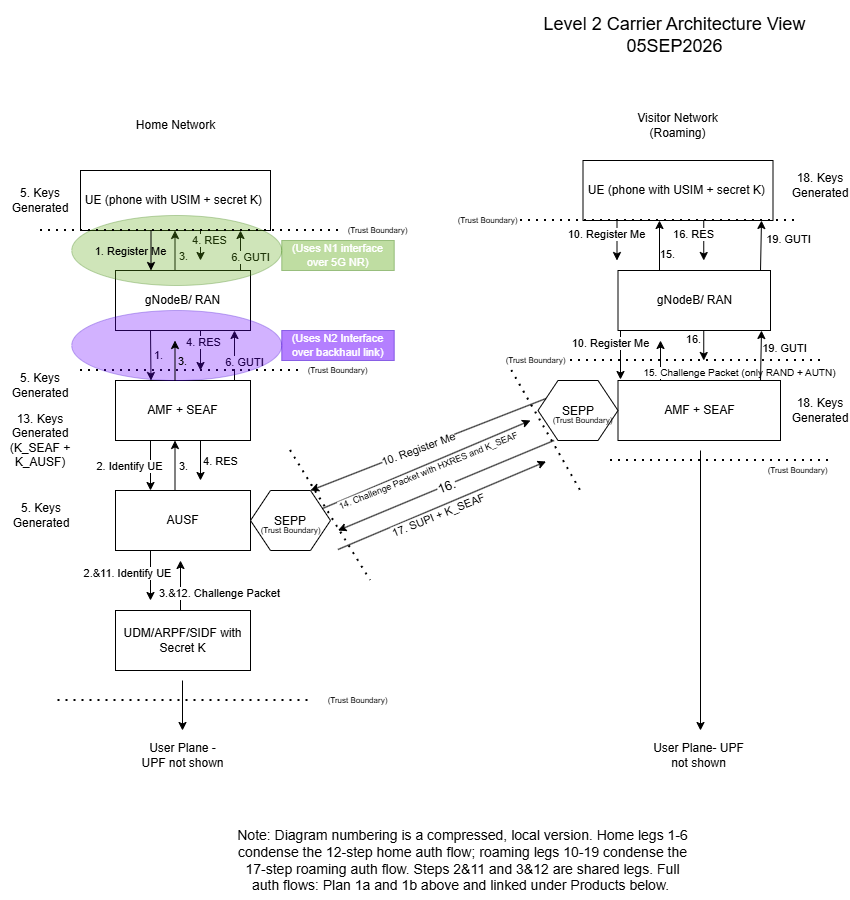
Before: Missions/Mission 01/M1 Execution Docs/Phase 1/Segment 1.2/Level 2 Diagram.png, a diagram exported from draw.io (Sully-code/Security_Plus_Systems_Project). Source tidied: cells renumbered, new cells last; positions are measured from the earlier drawing's top-left corner, leaving out a move shared by most shapes.
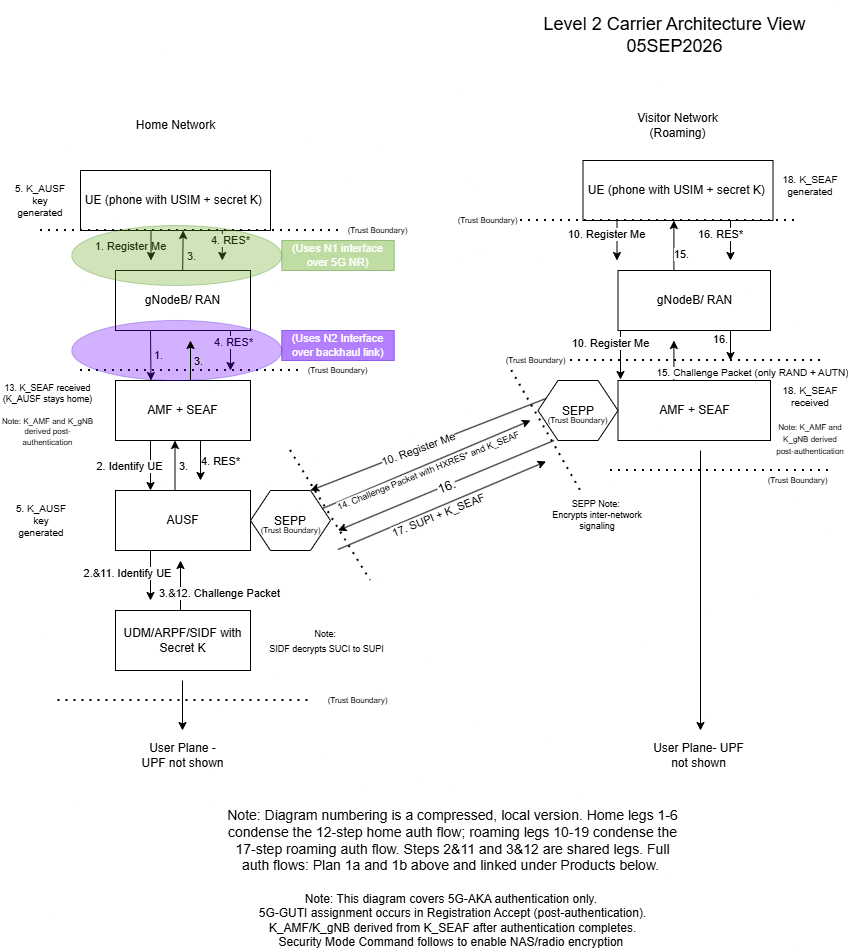
After the commit.

Commit message:
Clarifying notes added; terms corrected

The edit, as a diff of the source:
```diff
@@ -30,7 +30,7 @@
       <mxGeometry x="617.5" y="270" width="152.5" height="60" as="geometry" />
     </mxCell>
     <mxCell id="11" value="AMF + SEAF" style="rounded=0;whiteSpace=wrap;html=1;" parent="1" vertex="1">
-      <mxGeometry x="617.5" y="380" width="162.5" height="60" as="geometry" />
+      <mxGeometry x="617.5" y="380" width="152.5" height="60" as="geometry" />
     </mxCell>
     <mxCell id="12" value="SEPP&lt;div&gt;&lt;br&gt;&lt;/div&gt;" style="shape=hexagon;perimeter=hexagonPerimeter2;whiteSpace=wrap;html=1;shapeInside=1;fixedSize=1;" parent="1" vertex="1">
       <mxGeometry x="250" y="490" width="80" height="60" as="geometry" />
@@ -93,35 +93,24 @@
         <mxPoint x="8" as="offset" />
       </mxGeometry>
     </mxCell>
-    <mxCell id="24" style="endArrow=classic;html=1;rounded=0;" parent="1" edge="1">
-      <mxGeometry relative="1" as="geometry">
-        <mxPoint x="174.5" y="270" as="sourcePoint" />
-        <mxPoint x="174.5" y="230" as="targetPoint" />
-      </mxGeometry>
-    </mxCell>
-    <mxCell id="25" value="3." style="edgeLabel;html=1;align=center;verticalAlign=middle;" parent="24" vertex="1">
-      <mxGeometry relative="1" as="geometry">
-        <mxPoint x="8" y="5" as="offset" />
-      </mxGeometry>
-    </mxCell>
     <mxCell id="26" style="endArrow=classic;html=1;rounded=0;" parent="1" edge="1">
       <mxGeometry relative="1" as="geometry">
-        <mxPoint x="200" y="230" as="sourcePoint" />
-        <mxPoint x="200" y="260" as="targetPoint" />
+        <mxPoint x="221.8" y="230" as="sourcePoint" />
+        <mxPoint x="221.8" y="260" as="targetPoint" />
       </mxGeometry>
     </mxCell>
-    <mxCell id="27" value="4. RES" style="edgeLabel;html=1;align=center;verticalAlign=middle;" parent="26" vertex="1">
+    <mxCell id="27" value="4. RES*" style="edgeLabel;html=1;align=center;verticalAlign=middle;" parent="26" vertex="1">
       <mxGeometry relative="1" as="geometry">
         <mxPoint x="8" y="-6" as="offset" />
       </mxGeometry>
     </mxCell>
     <mxCell id="28" style="endArrow=classic;html=1;rounded=0;" parent="1" edge="1">
       <mxGeometry relative="1" as="geometry">
-        <mxPoint x="200" y="330" as="sourcePoint" />
-        <mxPoint x="200" y="370" as="targetPoint" />
+        <mxPoint x="230" y="330" as="sourcePoint" />
+        <mxPoint x="230" y="370" as="targetPoint" />
       </mxGeometry>
     </mxCell>
-    <mxCell id="29" value="4. RES" style="edgeLabel;html=1;align=center;verticalAlign=middle;" parent="28" vertex="1">
+    <mxCell id="29" value="4. RES*" style="edgeLabel;html=1;align=center;verticalAlign=middle;" parent="28" vertex="1">
       <mxGeometry relative="1" as="geometry">
         <mxPoint x="2" y="-9" as="offset" />
       </mxGeometry>
@@ -132,42 +121,17 @@
         <mxPoint x="200" y="480" as="targetPoint" />
       </mxGeometry>
     </mxCell>
-    <mxCell id="31" value="4. RES" style="edgeLabel;html=1;align=center;verticalAlign=middle;" parent="30" vertex="1">
+    <mxCell id="31" value="4. RES*" style="edgeLabel;html=1;align=center;verticalAlign=middle;" parent="30" vertex="1">
       <mxGeometry relative="1" as="geometry">
         <mxPoint x="19" as="offset" />
       </mxGeometry>
     </mxCell>
-    <mxCell id="32" value="5. Keys Generated" style="text;html=1;whiteSpace=wrap;strokeColor=none;fillColor=none;align=center;verticalAlign=middle;rounded=0;" parent="1" vertex="1">
-      <mxGeometry x="11.2" y="500" width="60" height="30" as="geometry" />
+    <mxCell id="32" value="5. K_AUSF key generated" style="text;html=1;whiteSpace=wrap;strokeColor=none;fillColor=none;align=center;verticalAlign=middle;rounded=0;fontSize=10;" parent="1" vertex="1">
+      <mxGeometry x="11.2" y="505" width="60" height="30" as="geometry" />
     </mxCell>
-    <mxCell id="33" value="5. Keys Generated" style="text;html=1;whiteSpace=wrap;strokeColor=none;fillColor=none;align=center;verticalAlign=middle;rounded=0;" parent="1" vertex="1">
-      <mxGeometry x="10" y="370" width="60" height="30" as="geometry" />
-    </mxCell>
-    <mxCell id="34" value="5. Keys Generated" style="text;html=1;whiteSpace=wrap;strokeColor=none;fillColor=none;align=center;verticalAlign=middle;rounded=0;" parent="1" vertex="1">
+    <mxCell id="34" value="5. K_AUSF key generated" style="text;html=1;whiteSpace=wrap;strokeColor=none;fillColor=none;align=center;verticalAlign=middle;rounded=0;fontSize=10;" parent="1" vertex="1">
       <mxGeometry x="10" y="185" width="60" height="30" as="geometry" />
     </mxCell>
-    <mxCell id="35" style="endArrow=classic;html=1;rounded=0;" parent="1" edge="1">
-      <mxGeometry relative="1" as="geometry">
-        <mxPoint x="234" y="380" as="sourcePoint" />
-        <mxPoint x="234" y="330" as="targetPoint" />
-      </mxGeometry>
-    </mxCell>
-    <mxCell id="36" value="6. GUTI" style="edgeLabel;html=1;align=center;verticalAlign=middle;" parent="35" vertex="1">
-      <mxGeometry relative="1" as="geometry">
-        <mxPoint x="9" y="6" as="offset" />
-      </mxGeometry>
-    </mxCell>
-    <mxCell id="37" style="endArrow=classic;html=1;rounded=0;" parent="1" edge="1">
-      <mxGeometry relative="1" as="geometry">
-        <mxPoint x="240" y="270" as="sourcePoint" />
-        <mxPoint x="240" y="230" as="targetPoint" />
-      </mxGeometry>
-    </mxCell>
-    <mxCell id="38" value="6. GUTI" style="edgeLabel;html=1;align=center;verticalAlign=middle;" parent="37" vertex="1">
-      <mxGeometry relative="1" as="geometry">
-        <mxPoint x="9" y="6" as="offset" />
-      </mxGeometry>
-    </mxCell>
     <mxCell id="39" style="endArrow=classic;html=1;rounded=0;" parent="1" edge="1">
       <mxGeometry relative="1" as="geometry">
         <mxPoint x="616.5" y="220" as="sourcePoint" />
@@ -194,7 +158,7 @@
       <mxGeometry x="537.5" y="380" width="80" height="60" as="geometry" />
     </mxCell>
     <mxCell id="44" value="(Trust Boundary)" style="text;html=1;whiteSpace=wrap;strokeColor=none;fillColor=none;align=center;verticalAlign=middle;rounded=0;fontSize=8;" parent="1" vertex="1">
-      <mxGeometry x="535" y="410" width="95" height="20" as="geometry" />
+      <mxGeometry x="530" y="410" width="95" height="20" as="geometry" />
     </mxCell>
     <mxCell id="45" style="endArrow=classic;html=1;rounded=0;exitX=0;exitY=0.25;exitDx=0;exitDy=0;" parent="1" edge="1" source="43">
       <mxGeometry relative="1" as="geometry">
@@ -211,15 +175,15 @@
         <mxPoint x="530" y="420" as="targetPoint" />
       </mxGeometry>
     </mxCell>
-    <mxCell id="48" value="14. Challenge Packet with HXRES and K_SEAF" style="edgeLabel;html=1;align=center;verticalAlign=middle;rotation=338;fontSize=9;" parent="47" vertex="1">
+    <mxCell id="48" value="14. Challenge Packet with HXRES* and K_SEAF" style="edgeLabel;html=1;align=center;verticalAlign=middle;rotation=338;fontSize=9;" parent="47" vertex="1">
       <mxGeometry relative="1" as="geometry">
         <mxPoint x="1" y="7" as="offset" />
       </mxGeometry>
     </mxCell>
     <mxCell id="49" style="endArrow=classic;html=1;rounded=0;exitX=0.342;exitY=0.017;exitDx=0;exitDy=0;exitPerimeter=0;" parent="1" edge="1">
       <mxGeometry relative="1" as="geometry">
-        <mxPoint x="660" y="380" as="sourcePoint" />
-        <mxPoint x="660" y="340" as="targetPoint" />
+        <mxPoint x="673.4" y="380" as="sourcePoint" />
+        <mxPoint x="673.4" y="340" as="targetPoint" />
       </mxGeometry>
     </mxCell>
     <mxCell id="50" value="15. Challenge Packet (only RAND + AUTN)" style="edgeLabel;html=1;align=center;verticalAlign=middle;fontSize=10;" parent="49" vertex="1">
@@ -229,8 +193,8 @@
     </mxCell>
     <mxCell id="51" style="endArrow=classic;html=1;rounded=0;" parent="1" edge="1">
       <mxGeometry relative="1" as="geometry">
-        <mxPoint x="659" y="270" as="sourcePoint" />
-        <mxPoint x="659" y="220" as="targetPoint" />
+        <mxPoint x="673.4" y="270" as="sourcePoint" />
+        <mxPoint x="673.4" y="220" as="targetPoint" />
       </mxGeometry>
     </mxCell>
     <mxCell id="52" value="3." style="edgeLabel;html=1;align=center;verticalAlign=middle;" parent="51" vertex="1">
@@ -243,19 +207,19 @@
     </mxCell>
     <mxCell id="54" style="endArrow=classic;html=1;rounded=0;" parent="1" edge="1">
       <mxGeometry relative="1" as="geometry">
-        <mxPoint x="703.2" y="220" as="sourcePoint" />
-        <mxPoint x="703.2" y="260" as="targetPoint" />
+        <mxPoint x="730" y="220" as="sourcePoint" />
+        <mxPoint x="730" y="260" as="targetPoint" />
       </mxGeometry>
     </mxCell>
-    <mxCell id="55" value="16. RES" style="edgeLabel;html=1;align=center;verticalAlign=middle;" parent="54" vertex="1">
+    <mxCell id="55" value="16. RES*" style="edgeLabel;html=1;align=center;verticalAlign=middle;" parent="54" vertex="1">
       <mxGeometry relative="1" as="geometry">
         <mxPoint x="-11" y="-7" as="offset" />
       </mxGeometry>
     </mxCell>
     <mxCell id="56" style="endArrow=classic;html=1;rounded=0;" parent="1" edge="1">
       <mxGeometry relative="1" as="geometry">
-        <mxPoint x="703.2" y="330" as="sourcePoint" />
-        <mxPoint x="703.2" y="360" as="targetPoint" />
+        <mxPoint x="730" y="330" as="sourcePoint" />
+        <mxPoint x="730" y="360" as="targetPoint" />
       </mxGeometry>
     </mxCell>
     <mxCell id="57" value="16." style="edgeLabel;html=1;align=center;verticalAlign=middle;" parent="56" vertex="1">
@@ -274,8 +238,8 @@
         <mxPoint y="1" as="offset" />
       </mxGeometry>
     </mxCell>
-    <mxCell id="60" value="13. Keys Generated (K_SEAF + K_AUSF)" style="text;html=1;whiteSpace=wrap;strokeColor=none;fillColor=none;align=center;verticalAlign=middle;rounded=0;" parent="1" vertex="1">
-      <mxGeometry y="420" width="80" height="40" as="geometry" />
+    <mxCell id="60" value="13. K_SEAF received (K_AUSF stays home)&lt;div&gt;&lt;br&gt;&lt;div&gt;&lt;font style=&quot;font-size: 8px;&quot;&gt;Note: K_AMF and K_gNB derived post-authentication&lt;/font&gt;&lt;/div&gt;&lt;/div&gt;" style="text;html=1;whiteSpace=wrap;strokeColor=none;fillColor=none;align=center;verticalAlign=middle;rounded=0;fontSize=9;" parent="1" vertex="1">
+      <mxGeometry y="400" width="95" height="30" as="geometry" />
     </mxCell>
     <mxCell id="61" style="endArrow=classic;html=1;rounded=0;exitX=1;exitY=0.25;exitDx=0;exitDy=0;" parent="1" edge="1">
       <mxGeometry relative="1" as="geometry">
@@ -288,34 +252,12 @@
         <mxPoint x="-4" y="10" as="offset" />
       </mxGeometry>
     </mxCell>
-    <mxCell id="63" value="18. Keys Generated" style="text;html=1;whiteSpace=wrap;strokeColor=none;fillColor=none;align=center;verticalAlign=middle;rounded=0;" parent="1" vertex="1">
-      <mxGeometry x="790" y="170" width="60" height="30" as="geometry" />
+    <mxCell id="63" value="18. K_SEAF generated" style="text;html=1;whiteSpace=wrap;strokeColor=none;fillColor=none;align=center;verticalAlign=middle;rounded=0;fontSize=10;" parent="1" vertex="1">
+      <mxGeometry x="780" y="170" width="60" height="30" as="geometry" />
     </mxCell>
-    <mxCell id="64" value="18. Keys Generated" style="text;html=1;whiteSpace=wrap;strokeColor=none;fillColor=none;align=center;verticalAlign=middle;rounded=0;" parent="1" vertex="1">
-      <mxGeometry x="790" y="395" width="60" height="30" as="geometry" />
+    <mxCell id="64" value="18. K_SEAF received&lt;div&gt;&lt;br&gt;&lt;/div&gt;&lt;div&gt;&lt;font style=&quot;font-size: 8px;&quot;&gt;Note: K_AMF and K_gNB derived post-authentication&lt;/font&gt;&lt;/div&gt;" style="text;html=1;whiteSpace=wrap;strokeColor=none;fillColor=none;align=center;verticalAlign=middle;rounded=0;fontSize=10;" parent="1" vertex="1">
+      <mxGeometry x="775" y="405" width="70" height="30" as="geometry" />
     </mxCell>
-    <mxCell id="65" style="endArrow=classic;html=1;rounded=0;exitX=0.342;exitY=0.017;exitDx=0;exitDy=0;exitPerimeter=0;entryX=1;entryY=1;entryDx=0;entryDy=0;" parent="1" edge="1">
-      <mxGeometry relative="1" as="geometry">
-        <mxPoint x="760" y="380" as="sourcePoint" />
-        <mxPoint x="761" y="330" as="targetPoint" />
-      </mxGeometry>
-    </mxCell>
-    <mxCell id="66" value="19. GUTI" style="edgeLabel;html=1;align=center;verticalAlign=middle;" parent="65" vertex="1">
-      <mxGeometry relative="1" as="geometry">
-        <mxPoint x="23" y="-8" as="offset" />
-      </mxGeometry>
-    </mxCell>
-    <mxCell id="67" style="endArrow=classic;html=1;rounded=0;exitX=0.342;exitY=0.017;exitDx=0;exitDy=0;exitPerimeter=0;entryX=1;entryY=1;entryDx=0;entryDy=0;" parent="1" edge="1">
-      <mxGeometry relative="1" as="geometry">
-        <mxPoint x="760" y="270" as="sourcePoint" />
-        <mxPoint x="761" y="220" as="targetPoint" />
-      </mxGeometry>
-    </mxCell>
-    <mxCell id="68" value="19. GUTI" style="edgeLabel;html=1;align=center;verticalAlign=middle;" parent="67" vertex="1">
-      <mxGeometry relative="1" as="geometry">
-        <mxPoint x="27" y="-7" as="offset" />
-      </mxGeometry>
-    </mxCell>
     <mxCell id="69" style="endArrow=none;dashed=1;html=1;dashPattern=1 3;strokeWidth=2;rounded=0;exitX=0.25;exitY=1;exitDx=0;exitDy=0;" parent="1" edge="1" source="74">
       <mxGeometry relative="1" as="geometry">
         <mxPoint x="580" y="490" as="targetPoint" />
@@ -339,36 +281,22 @@
         <mxPoint x="820" y="360" as="targetPoint" />
       </mxGeometry>
     </mxCell>
-    <mxCell id="73" style="ellipse;whiteSpace=wrap;html=1;shapeInside=1;labelBackgroundColor=none;textOpacity=5;labelBorderColor=none;fillColor=#60a917;fontColor=light-dark(#FFFFFF,#FFFFFF);strokeColor=#2D7600;opacity=30;" parent="1" vertex="1">
-      <mxGeometry x="71.2" y="215" width="210" height="70" as="geometry" />
-    </mxCell>
     <mxCell id="74" value="(Trust Boundary)" style="text;html=1;whiteSpace=wrap;strokeColor=none;fillColor=none;align=center;verticalAlign=middle;rounded=0;fontSize=8;" parent="1" vertex="1">
       <mxGeometry x="487.5" y="350" width="95" height="20" as="geometry" />
     </mxCell>
     <mxCell id="75" value="(Trust Boundary)" style="text;html=1;whiteSpace=wrap;strokeColor=none;fillColor=none;align=center;verticalAlign=middle;rounded=0;fontSize=8;" parent="1" vertex="1">
       <mxGeometry x="290" y="360" width="95" height="20" as="geometry" />
     </mxCell>
-    <mxCell id="76" style="endArrow=classic;html=1;rounded=0;" parent="1" edge="1">
-      <mxGeometry relative="1" as="geometry">
-        <mxPoint x="150.5" y="230" as="sourcePoint" />
-        <mxPoint x="150.5" y="270" as="targetPoint" />
-      </mxGeometry>
-    </mxCell>
-    <mxCell id="77" value="1. Register Me" style="edgeLabel;html=1;align=center;verticalAlign=middle;labelBackgroundColor=none;" parent="76" vertex="1">
-      <mxGeometry relative="1" as="geometry">
-        <mxPoint x="-21" as="offset" />
-      </mxGeometry>
-    </mxCell>
     <mxCell id="78" style="ellipse;whiteSpace=wrap;html=1;shapeInside=1;labelBackgroundColor=none;textOpacity=5;labelBorderColor=none;fillColor=#6a00ff;fontColor=#ffffff;strokeColor=#3700CC;opacity=30;" parent="1" vertex="1">
-      <mxGeometry x="71.2" y="310" width="210" height="70" as="geometry" />
+      <mxGeometry x="71.2" y="320" width="210" height="60" as="geometry" />
     </mxCell>
     <mxCell id="79" value="(Uses N1 interface over 5G NR)" style="text;html=1;whiteSpace=wrap;strokeColor=#2D7600;fillColor=#60a917;align=center;verticalAlign=middle;rounded=0;fontSize=11;fontColor=light-dark(#FFFFFF,#FFFFFF);opacity=40;" parent="1" vertex="1">
       <mxGeometry x="281.2" y="240" width="112.5" height="30" as="geometry" />
     </mxCell>
     <mxCell id="80" style="endArrow=classic;html=1;rounded=0;" parent="1" edge="1">
       <mxGeometry relative="1" as="geometry">
-        <mxPoint x="174.5" y="380" as="sourcePoint" />
-        <mxPoint x="174.5" y="340" as="targetPoint" />
+        <mxPoint x="190" y="380" as="sourcePoint" />
+        <mxPoint x="190" y="340" as="targetPoint" />
       </mxGeometry>
     </mxCell>
     <mxCell id="81" value="3." style="edgeLabel;html=1;align=center;verticalAlign=middle;labelBackgroundColor=none;" parent="80" vertex="1">
@@ -420,24 +348,58 @@
     </mxCell>
     <mxCell id="91" style="endArrow=none;dashed=1;html=1;dashPattern=1 3;strokeWidth=2;rounded=0;" parent="1" edge="1">
       <mxGeometry relative="1" as="geometry">
-        <mxPoint x="610" y="460" as="sourcePoint" />
-        <mxPoint x="830" y="460" as="targetPoint" />
+        <mxPoint x="610" y="470" as="sourcePoint" />
+        <mxPoint x="830" y="470" as="targetPoint" />
       </mxGeometry>
     </mxCell>
     <mxCell id="92" value="(Trust Boundary)" style="text;html=1;whiteSpace=wrap;strokeColor=none;fillColor=none;align=center;verticalAlign=middle;rounded=0;fontSize=8;" parent="1" vertex="1">
       <mxGeometry x="310" y="690" width="95" height="20" as="geometry" />
     </mxCell>
     <mxCell id="93" value="(Trust Boundary)" style="text;html=1;whiteSpace=wrap;strokeColor=none;fillColor=none;align=center;verticalAlign=middle;rounded=0;fontSize=8;" parent="1" vertex="1">
-      <mxGeometry x="750" y="460" width="95" height="20" as="geometry" />
+      <mxGeometry x="750" y="470" width="95" height="20" as="geometry" />
     </mxCell>
     <mxCell id="94" value="User Plane- UPF not shown" style="text;html=1;whiteSpace=wrap;strokeColor=none;fillColor=none;align=center;verticalAlign=middle;rounded=0;" parent="1" vertex="1">
       <mxGeometry x="651.2" y="740" width="95" height="30" as="geometry" />
     </mxCell>
     <mxCell id="95" value="Note: Diagram numbering is a compressed, local version. Home legs 1-6 condense the 12-step home auth flow; roaming legs 10-19 condense the 17-step roaming auth flow. Steps 2&amp;amp;11 and 3&amp;amp;12 are shared legs. Full auth flows: Plan 1a and 1b above and linked under Products below.&amp;nbsp;" style="text;html=1;whiteSpace=wrap;strokeColor=none;fillColor=none;align=center;verticalAlign=middle;rounded=0;fontSize=14;" parent="1" vertex="1">
-      <mxGeometry x="230" y="820" width="465" height="80" as="geometry" />
+      <mxGeometry x="220" y="800" width="465" height="80" as="geometry" />
     </mxCell>
     <mxCell id="96" value="&lt;font style=&quot;font-size: 18px;&quot;&gt;Level 2 Carrier Architecture View&lt;/font&gt;&lt;div&gt;&lt;font style=&quot;font-size: 18px;&quot;&gt;05SEP2026&lt;/font&gt;&lt;/div&gt;" style="text;html=1;whiteSpace=wrap;strokeColor=none;fillColor=none;align=center;verticalAlign=middle;rounded=0;" parent="1" vertex="1">
       <mxGeometry x="537.5" width="272.5" height="70" as="geometry" />
     </mxCell>
+    <mxCell id="97" style="endArrow=classic;html=1;rounded=0;entryX=0.5;entryY=1;entryDx=0;entryDy=0;" parent="1" edge="1">
+      <mxGeometry relative="1" as="geometry">
+        <mxPoint x="182.2" y="270" as="sourcePoint" />
+        <mxPoint x="182.7" y="230" as="targetPoint" />
+      </mxGeometry>
+    </mxCell>
+    <mxCell id="25" value="3." style="edgeLabel;html=1;align=center;verticalAlign=middle;" parent="97" vertex="1">
+      <mxGeometry relative="1" as="geometry">
+        <mxPoint x="8" y="5" as="offset" />
+      </mxGeometry>
+    </mxCell>
+    <mxCell id="98" style="endArrow=classic;html=1;rounded=0;" parent="1" edge="1">
+      <mxGeometry relative="1" as="geometry">
+        <mxPoint x="150.5" y="230" as="sourcePoint" />
+        <mxPoint x="150.5" y="260" as="targetPoint" />
+      </mxGeometry>
+    </mxCell>
+    <mxCell id="77" value="1. Register Me" style="edgeLabel;html=1;align=center;verticalAlign=middle;labelBackgroundColor=none;" parent="98" vertex="1">
+      <mxGeometry relative="1" as="geometry">
+        <mxPoint x="-21" as="offset" />
+      </mxGeometry>
+    </mxCell>
+    <mxCell id="73" style="ellipse;whiteSpace=wrap;html=1;shapeInside=1;labelBackgroundColor=none;textOpacity=5;labelBorderColor=none;fillColor=#60a917;fontColor=light-dark(#FFFFFF,#FFFFFF);strokeColor=#2D7600;opacity=30;" parent="1" vertex="1">
+      <mxGeometry x="71.2" y="225" width="210" height="60" as="geometry" />
+    </mxCell>
+    <mxCell id="99" value="&lt;font style=&quot;font-size: 9px;&quot;&gt;Note:&amp;nbsp;&lt;/font&gt;&lt;div&gt;&lt;font style=&quot;font-size: 9px;&quot;&gt;SIDF decrypts SUCI to SUPI&lt;/font&gt;&lt;/div&gt;" style="text;html=1;whiteSpace=wrap;strokeColor=none;fillColor=none;align=center;verticalAlign=middle;rounded=0;" parent="1" vertex="1">
+      <mxGeometry x="258.8" y="630" width="135" height="20" as="geometry" />
+    </mxCell>
+    <mxCell id="100" value="SEPP Note:&amp;nbsp;&lt;div&gt;Encrypts inter-network signaling&lt;/div&gt;" style="text;html=1;whiteSpace=wrap;strokeColor=none;fillColor=none;align=center;verticalAlign=middle;rounded=0;fontSize=9;" parent="1" vertex="1">
+      <mxGeometry x="537.5" y="495" width="117.5" height="40" as="geometry" />
+    </mxCell>
+    <mxCell id="101" value="Note: This diagram covers 5G-AKA authentication only.&amp;nbsp;&lt;div&gt;5G-GUTI assignment occurs in Registration Accept (post-authentication). K_AMF/K_gNB derived from K_SEAF after authentication completes. Security Mode Command follows to enable NAS/radio encryption&amp;nbsp;&lt;/div&gt;" style="text;html=1;whiteSpace=wrap;strokeColor=none;fillColor=none;align=center;verticalAlign=middle;rounded=0;" parent="1" vertex="1">
+      <mxGeometry x="248.1" y="910" width="408.8" height="20" as="geometry" />
+    </mxCell>
   </root>
 </mxGraphModel>
```
